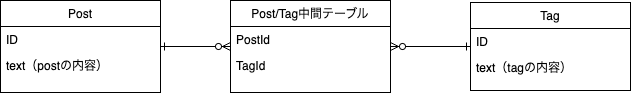
The draw.io diagram db/anti-patern-3/Diagram.drawio.png in yuikoito/PrAhaChallenge, before a commit. Source tidied: cells renumbered, new cells last; positions are measured from the earlier drawing's top-left corner, leaving out a move shared by most shapes. Its diagram source:
```xml
<mxGraphModel>
  <root>
    <mxCell id="0" />
    <mxCell id="1" parent="0" />
    <mxCell id="2" style="edgeStyle=orthogonalEdgeStyle;rounded=0;jettySize=auto;html=1;startArrow=ERone;startFill=0;endArrow=ERzeroToMany;endFill=0;" parent="1" edge="1" source="3" target="10">
      <mxGeometry relative="1" as="geometry" />
    </mxCell>
    <mxCell id="3" value="Post" style="swimlane;fontStyle=0;align=center;verticalAlign=top;horizontal=1;startSize=26;rounded=0;shadow=0;strokeWidth=1;" parent="1" vertex="1">
      <mxGeometry width="160" height="92" as="geometry" />
    </mxCell>
    <mxCell id="4" value="ID" style="text;align=left;verticalAlign=top;spacingLeft=4;spacingRight=4;overflow=hidden;" parent="3" vertex="1">
      <mxGeometry y="26" width="160" height="26" as="geometry" />
    </mxCell>
    <mxCell id="5" value="text（postの内容）" style="text;align=left;verticalAlign=top;spacingLeft=4;spacingRight=4;overflow=hidden;rounded=0;shadow=0;html=0;" parent="3" vertex="1">
      <mxGeometry y="52" width="160" height="26" as="geometry" />
    </mxCell>
    <mxCell id="6" value="Tag" style="swimlane;fontStyle=0;align=center;verticalAlign=top;horizontal=1;startSize=26;rounded=0;shadow=0;strokeWidth=1;" parent="1" vertex="1">
      <mxGeometry x="470" y="2" width="160" height="88" as="geometry" />
    </mxCell>
    <mxCell id="7" value="ID" style="text;align=left;verticalAlign=top;spacingLeft=4;spacingRight=4;overflow=hidden;" parent="6" vertex="1">
      <mxGeometry y="26" width="160" height="26" as="geometry" />
    </mxCell>
    <mxCell id="8" value="text（tagの内容）" style="text;align=left;verticalAlign=top;spacingLeft=4;spacingRight=4;overflow=hidden;" parent="6" vertex="1">
      <mxGeometry y="52" width="160" height="26" as="geometry" />
    </mxCell>
    <mxCell id="9" style="edgeStyle=orthogonalEdgeStyle;rounded=0;jettySize=auto;html=1;startArrow=ERzeroToMany;startFill=0;endArrow=ERone;endFill=0;" parent="1" edge="1" source="10" target="6">
      <mxGeometry relative="1" as="geometry" />
    </mxCell>
    <mxCell id="10" value="Post/Tag中間テーブル" style="swimlane;fontStyle=0;align=center;verticalAlign=top;horizontal=1;startSize=26;rounded=0;shadow=0;strokeWidth=1;" parent="1" vertex="1">
      <mxGeometry x="230" width="160" height="92" as="geometry" />
    </mxCell>
    <mxCell id="11" value="PostId" style="text;align=left;verticalAlign=top;spacingLeft=4;spacingRight=4;overflow=hidden;" parent="10" vertex="1">
      <mxGeometry y="26" width="160" height="26" as="geometry" />
    </mxCell>
    <mxCell id="12" value="TagId" style="text;align=left;verticalAlign=top;spacingLeft=4;spacingRight=4;overflow=hidden;rounded=0;shadow=0;html=0;" parent="10" vertex="1">
      <mxGeometry y="52" width="160" height="26" as="geometry" />
    </mxCell>
  </root>
</mxGraphModel>
```
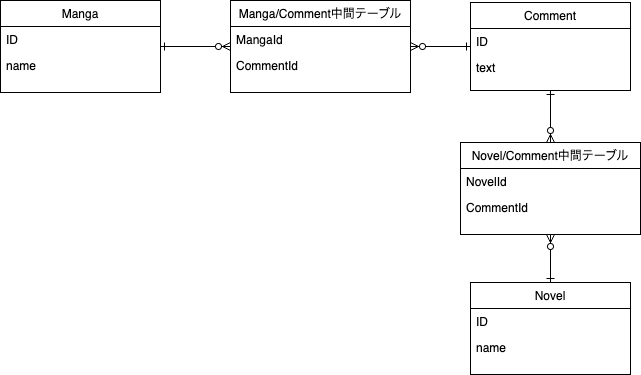
Later version of the same file.

Change to the diagram source:
```diff
@@ -5,35 +5,59 @@
     <mxCell id="2" style="edgeStyle=orthogonalEdgeStyle;rounded=0;jettySize=auto;html=1;startArrow=ERone;startFill=0;endArrow=ERzeroToMany;endFill=0;" parent="1" edge="1" source="3" target="10">
       <mxGeometry relative="1" as="geometry" />
     </mxCell>
-    <mxCell id="3" value="Post" style="swimlane;fontStyle=0;align=center;verticalAlign=top;horizontal=1;startSize=26;rounded=0;shadow=0;strokeWidth=1;" parent="1" vertex="1">
+    <mxCell id="3" value="Manga" style="swimlane;fontStyle=0;align=center;verticalAlign=top;horizontal=1;startSize=26;rounded=0;shadow=0;strokeWidth=1;" parent="1" vertex="1">
       <mxGeometry width="160" height="92" as="geometry" />
     </mxCell>
     <mxCell id="4" value="ID" style="text;align=left;verticalAlign=top;spacingLeft=4;spacingRight=4;overflow=hidden;" parent="3" vertex="1">
       <mxGeometry y="26" width="160" height="26" as="geometry" />
     </mxCell>
-    <mxCell id="5" value="text（postの内容）" style="text;align=left;verticalAlign=top;spacingLeft=4;spacingRight=4;overflow=hidden;rounded=0;shadow=0;html=0;" parent="3" vertex="1">
+    <mxCell id="5" value="name" style="text;align=left;verticalAlign=top;spacingLeft=4;spacingRight=4;overflow=hidden;rounded=0;shadow=0;html=0;" parent="3" vertex="1">
       <mxGeometry y="52" width="160" height="26" as="geometry" />
     </mxCell>
+    <mxCell id="13" style="edgeStyle=orthogonalEdgeStyle;rounded=0;jettySize=auto;html=1;startArrow=ERone;startFill=0;endArrow=ERzeroToMany;endFill=0;" parent="1" edge="1" source="6" target="18">
+      <mxGeometry relative="1" as="geometry" />
+    </mxCell>
-    <mxCell id="6" value="Tag" style="swimlane;fontStyle=0;align=center;verticalAlign=top;horizontal=1;startSize=26;rounded=0;shadow=0;strokeWidth=1;" parent="1" vertex="1">
+    <mxCell id="6" value="Comment" style="swimlane;fontStyle=0;align=center;verticalAlign=top;horizontal=1;startSize=26;rounded=0;shadow=0;strokeWidth=1;" parent="1" vertex="1">
       <mxGeometry x="470" y="2" width="160" height="88" as="geometry" />
     </mxCell>
     <mxCell id="7" value="ID" style="text;align=left;verticalAlign=top;spacingLeft=4;spacingRight=4;overflow=hidden;" parent="6" vertex="1">
       <mxGeometry y="26" width="160" height="26" as="geometry" />
     </mxCell>
-    <mxCell id="8" value="text（tagの内容）" style="text;align=left;verticalAlign=top;spacingLeft=4;spacingRight=4;overflow=hidden;" parent="6" vertex="1">
+    <mxCell id="8" value="text" style="text;align=left;verticalAlign=top;spacingLeft=4;spacingRight=4;overflow=hidden;" parent="6" vertex="1">
       <mxGeometry y="52" width="160" height="26" as="geometry" />
     </mxCell>
     <mxCell id="9" style="edgeStyle=orthogonalEdgeStyle;rounded=0;jettySize=auto;html=1;startArrow=ERzeroToMany;startFill=0;endArrow=ERone;endFill=0;" parent="1" edge="1" source="10" target="6">
       <mxGeometry relative="1" as="geometry" />
     </mxCell>
-    <mxCell id="10" value="Post/Tag中間テーブル" style="swimlane;fontStyle=0;align=center;verticalAlign=top;horizontal=1;startSize=26;rounded=0;shadow=0;strokeWidth=1;" parent="1" vertex="1">
-      <mxGeometry x="230" width="160" height="92" as="geometry" />
+    <mxCell id="10" value="Manga/Comment中間テーブル" style="swimlane;fontStyle=0;align=center;verticalAlign=top;horizontal=1;startSize=26;rounded=0;shadow=0;strokeWidth=1;" parent="1" vertex="1">
+      <mxGeometry x="230" width="180" height="92" as="geometry" />
     </mxCell>
-    <mxCell id="11" value="PostId" style="text;align=left;verticalAlign=top;spacingLeft=4;spacingRight=4;overflow=hidden;" parent="10" vertex="1">
-      <mxGeometry y="26" width="160" height="26" as="geometry" />
+    <mxCell id="11" value="MangaId" style="text;align=left;verticalAlign=top;spacingLeft=4;spacingRight=4;overflow=hidden;" parent="10" vertex="1">
+      <mxGeometry y="26" width="180" height="26" as="geometry" />
     </mxCell>
-    <mxCell id="12" value="TagId" style="text;align=left;verticalAlign=top;spacingLeft=4;spacingRight=4;overflow=hidden;rounded=0;shadow=0;html=0;" parent="10" vertex="1">
-      <mxGeometry y="52" width="160" height="26" as="geometry" />
+    <mxCell id="12" value="CommentId" style="text;align=left;verticalAlign=top;spacingLeft=4;spacingRight=4;overflow=hidden;rounded=0;shadow=0;html=0;" parent="10" vertex="1">
+      <mxGeometry y="52" width="180" height="26" as="geometry" />
     </mxCell>
+    <mxCell id="14" style="edgeStyle=orthogonalEdgeStyle;rounded=0;jettySize=auto;html=1;startArrow=ERone;startFill=0;endArrow=ERzeroToMany;endFill=0;" parent="1" edge="1" source="15" target="18">
+      <mxGeometry relative="1" as="geometry" />
+    </mxCell>
+    <mxCell id="15" value="Novel" style="swimlane;fontStyle=0;align=center;verticalAlign=top;horizontal=1;startSize=26;rounded=0;shadow=0;strokeWidth=1;" parent="1" vertex="1">
+      <mxGeometry x="470" y="282" width="160" height="92" as="geometry" />
+    </mxCell>
+    <mxCell id="16" value="ID" style="text;align=left;verticalAlign=top;spacingLeft=4;spacingRight=4;overflow=hidden;" parent="15" vertex="1">
+      <mxGeometry y="26" width="160" height="26" as="geometry" />
+    </mxCell>
+    <mxCell id="17" value="name" style="text;align=left;verticalAlign=top;spacingLeft=4;spacingRight=4;overflow=hidden;rounded=0;shadow=0;html=0;" parent="15" vertex="1">
+      <mxGeometry y="52" width="160" height="26" as="geometry" />
+    </mxCell>
+    <mxCell id="18" value="Novel/Comment中間テーブル" style="swimlane;fontStyle=0;align=center;verticalAlign=top;horizontal=1;startSize=26;rounded=0;shadow=0;strokeWidth=1;" parent="1" vertex="1">
+      <mxGeometry x="460" y="142" width="180" height="92" as="geometry" />
+    </mxCell>
+    <mxCell id="19" value="NovelId" style="text;align=left;verticalAlign=top;spacingLeft=4;spacingRight=4;overflow=hidden;" parent="18" vertex="1">
+      <mxGeometry y="26" width="180" height="26" as="geometry" />
+    </mxCell>
+    <mxCell id="20" value="CommentId" style="text;align=left;verticalAlign=top;spacingLeft=4;spacingRight=4;overflow=hidden;rounded=0;shadow=0;html=0;" parent="18" vertex="1">
+      <mxGeometry y="52" width="180" height="26" as="geometry" />
+    </mxCell>
   </root>
 </mxGraphModel>
```
